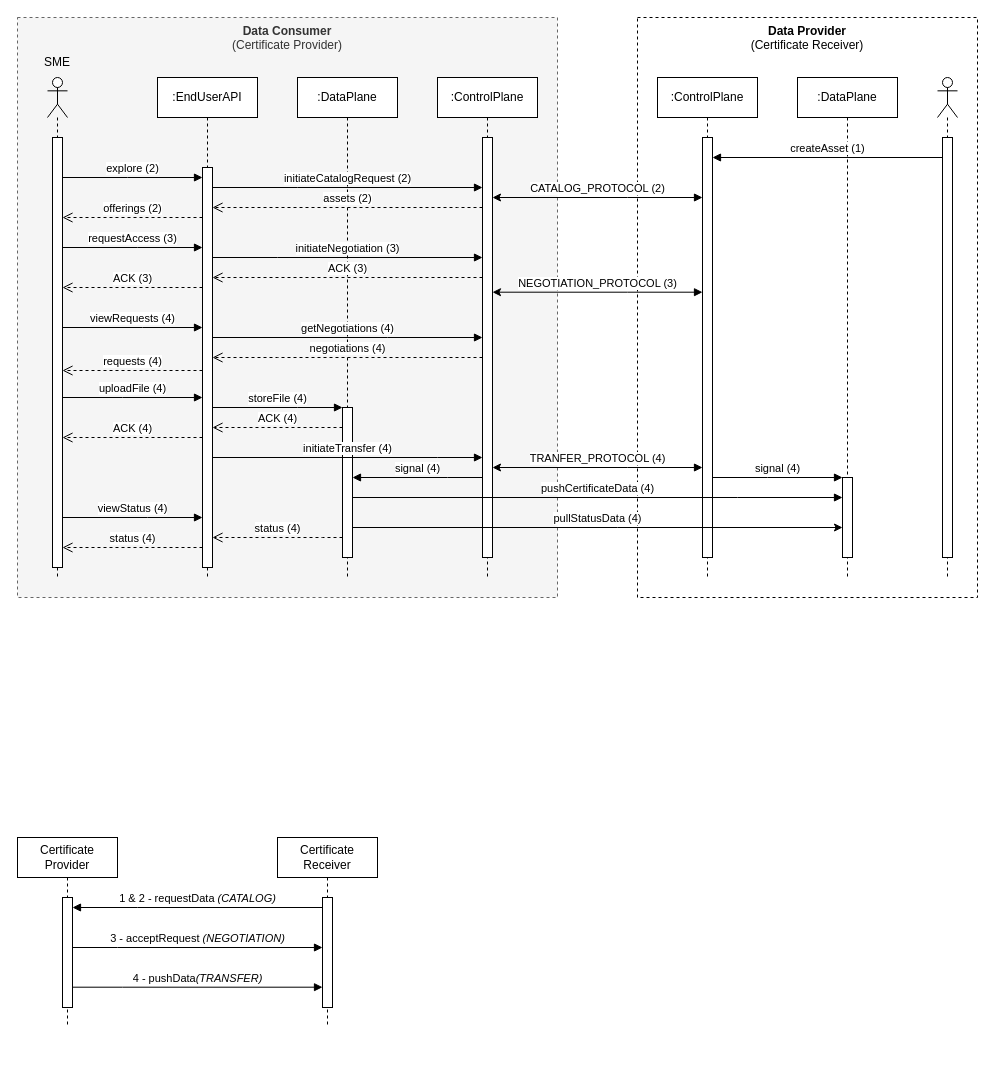
The draw.io diagram page "scenario-push" (1 of 4) of docs/files/figs/diagrams.drawio in FraunhoferISST/End-User-API, before the edit. Source tidied: cells renumbered, new cells numbered last; positions are measured from the earlier drawing's top-left corner, leaving out a move shared by most shapes. Both pictures are drawn from the tidied source at 100%, with x=0, y=0 at pixel (17, 17).
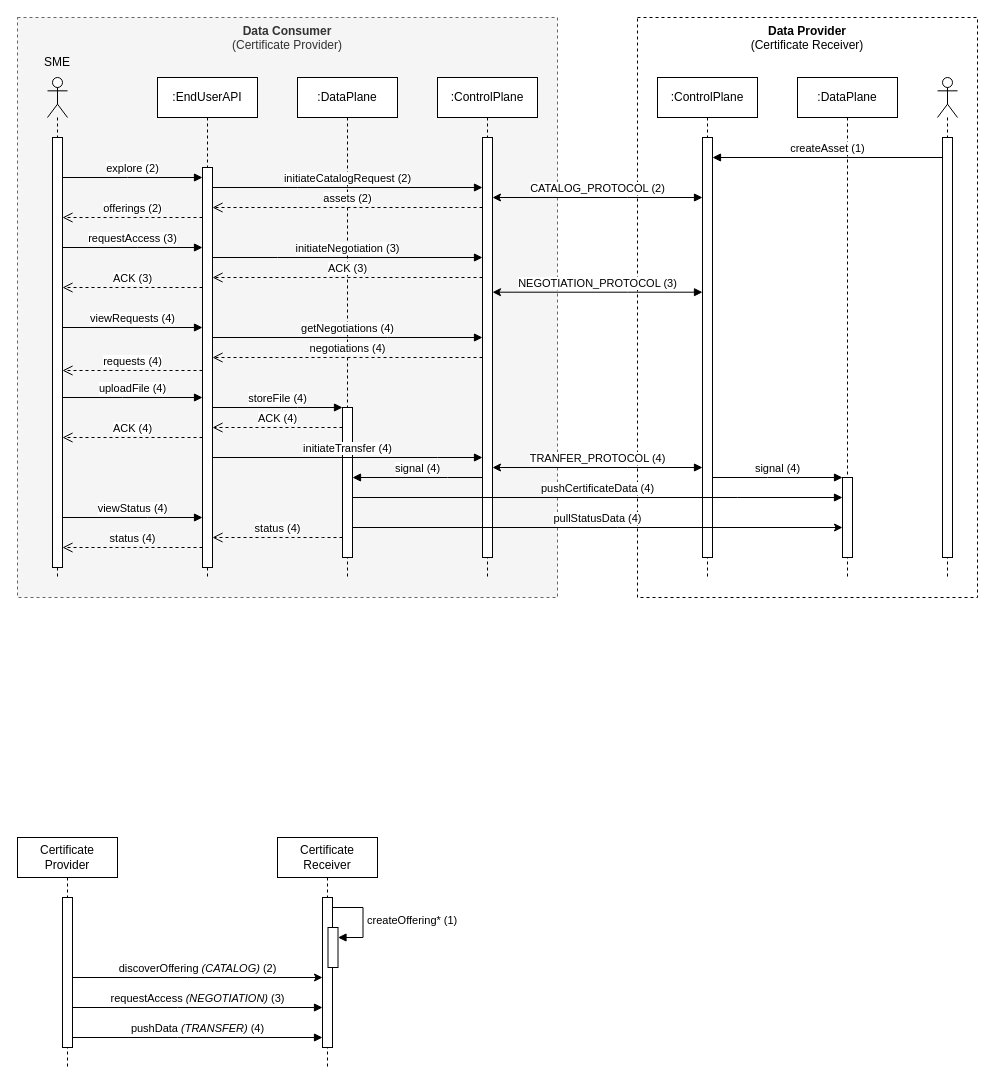
The same diagram, later.

Change to the diagram source:
```diff
@@
     <mxCell id="43" value="Certificate&lt;br&gt;Provider" style="shape=umlLifeline;perimeter=lifelinePerimeter;whiteSpace=wrap;html=1;newEdgeStyle={&quot;edgeStyle&quot;:&quot;elbowEdgeStyle&quot;,&quot;elbow&quot;:&quot;vertical&quot;,&quot;curved&quot;:0,&quot;rounded&quot;:0};" parent="1" vertex="1">
-      <mxGeometry y="820" width="100" height="190" as="geometry" />
+      <mxGeometry y="820" width="100" height="230" as="geometry" />
     </mxCell>
     <mxCell id="44" style="html=1;points=[];perimeter=orthogonalPerimeter;outlineConnect=0;targetShapes=umlLifeline;portConstraint=eastwest;newEdgeStyle={&quot;edgeStyle&quot;:&quot;elbowEdgeStyle&quot;,&quot;elbow&quot;:&quot;vertical&quot;,&quot;curved&quot;:0,&quot;rounded&quot;:0};" parent="43" vertex="1">
-      <mxGeometry x="45" y="60" width="10" height="110" as="geometry" />
+      <mxGeometry x="45" y="60" width="10" height="150" as="geometry" />
     </mxCell>
     <mxCell id="45" value="Certificate&lt;br&gt;Receiver" style="shape=umlLifeline;perimeter=lifelinePerimeter;whiteSpace=wrap;html=1;newEdgeStyle={&quot;edgeStyle&quot;:&quot;elbowEdgeStyle&quot;,&quot;elbow&quot;:&quot;vertical&quot;,&quot;curved&quot;:0,&quot;rounded&quot;:0};" parent="1" vertex="1">
-      <mxGeometry x="260" y="820" width="100" height="190" as="geometry" />
+      <mxGeometry x="260" y="820" width="100" height="230" as="geometry" />
     </mxCell>
     <mxCell id="46" style="html=1;points=[];perimeter=orthogonalPerimeter;outlineConnect=0;targetShapes=umlLifeline;portConstraint=eastwest;newEdgeStyle={&quot;edgeStyle&quot;:&quot;elbowEdgeStyle&quot;,&quot;elbow&quot;:&quot;vertical&quot;,&quot;curved&quot;:0,&quot;rounded&quot;:0};" parent="45" vertex="1">
-      <mxGeometry x="45" y="60" width="10" height="110" as="geometry" />
+      <mxGeometry x="45" y="60" width="10" height="150" as="geometry" />
     </mxCell>
+    <mxCell id="54" style="html=1;points=[];perimeter=orthogonalPerimeter;outlineConnect=0;targetShapes=umlLifeline;portConstraint=eastwest;newEdgeStyle={&quot;edgeStyle&quot;:&quot;elbowEdgeStyle&quot;,&quot;elbow&quot;:&quot;vertical&quot;,&quot;curved&quot;:0,&quot;rounded&quot;:0};" parent="45" vertex="1">
+      <mxGeometry x="50.5" y="90" width="10" height="40" as="geometry" />
+    </mxCell>
+    <mxCell id="55" value="createOffering* (1)" style="html=1;align=left;spacingLeft=2;endArrow=block;rounded=0;edgeStyle=orthogonalEdgeStyle;curved=0;rounded=0;" parent="45" edge="1" target="54">
+      <mxGeometry relative="1" as="geometry">
+        <mxPoint x="55.5" y="70" as="sourcePoint" />
+        <Array as="points">
+          <mxPoint x="85.5" y="100" />
+        </Array>
+      </mxGeometry>
+    </mxCell>
-    <mxCell id="47" value="1 &amp;amp; 2 - requestData&amp;nbsp;&lt;i&gt;(CATALOG)&lt;/i&gt;" style="html=1;verticalAlign=bottom;endArrow=block;edgeStyle=elbowEdgeStyle;elbow=vertical;curved=0;rounded=0;" parent="1" edge="1" source="46" target="44">
+    <mxCell id="47" value="discoverOffering&amp;nbsp;&lt;i&gt;(CATALOG) &lt;/i&gt;(2)" style="html=1;verticalAlign=bottom;endArrow=none;edgeStyle=elbowEdgeStyle;elbow=vertical;curved=0;rounded=0;startArrow=classic;startFill=1;endFill=0;" parent="1" edge="1" source="46" target="44">
       <mxGeometry relative="1" as="geometry">
         <Array as="points">
+          <mxPoint x="170" y="960" />
+          <mxPoint x="270" y="940" />
           <mxPoint x="120" y="890" />
         </Array>
       </mxGeometry>
     </mxCell>
-    <mxCell id="48" value="3 - acceptRequest&amp;nbsp;&lt;i&gt;(NEGOTIATION)&lt;/i&gt;" style="html=1;verticalAlign=bottom;endArrow=block;edgeStyle=elbowEdgeStyle;elbow=vertical;curved=0;rounded=0;" parent="1" edge="1" source="44" target="46">
+    <mxCell id="48" value="requestAccess&amp;nbsp;&lt;i&gt;(NEGOTIATION) &lt;/i&gt;(3)" style="html=1;verticalAlign=bottom;endArrow=block;edgeStyle=elbowEdgeStyle;elbow=vertical;curved=0;rounded=0;" parent="1" edge="1" source="44" target="46">
       <mxGeometry relative="1" as="geometry">
         <Array as="points">
+          <mxPoint x="160" y="990" />
+          <mxPoint x="280" y="980" />
           <mxPoint x="100" y="930" />
           <mxPoint x="110" y="930" />
           <mxPoint x="70" y="950" />
         </Array>
       </mxGeometry>
     </mxCell>
-    <mxCell id="49" value="4 - pushData&lt;i&gt;(TRANSFER)&lt;/i&gt;" style="html=1;verticalAlign=bottom;endArrow=block;edgeStyle=elbowEdgeStyle;elbow=vertical;curved=0;rounded=0;" parent="1" edge="1" source="44" target="46">
+    <mxCell id="49" value="pushData&amp;nbsp;&lt;i&gt;(TRANSFER)&lt;/i&gt; (4)" style="html=1;verticalAlign=bottom;endArrow=block;edgeStyle=elbowEdgeStyle;elbow=vertical;curved=0;rounded=0;" parent="1" edge="1" source="44" target="46">
       <mxGeometry relative="1" as="geometry">
         <Array as="points">
+          <mxPoint x="160" y="1020" />
+          <mxPoint x="270" y="1010" />
           <mxPoint x="105" y="969.7" />
           <mxPoint x="115" y="969.7" />
           <mxPoint x="75" y="989.7" />
         </Array>
       </mxGeometry>
     </mxCell>
```
